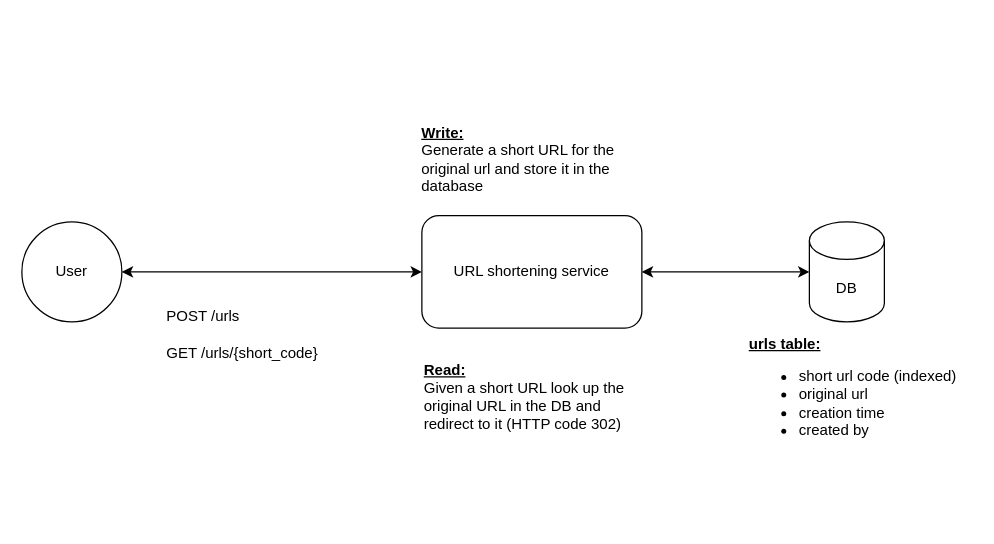
This is doc/images/url_shortener_system_architecture.drawio from mahanhz/url-shortener, a draw.io file, before an edit. Source tidied: cells renumbered, new cells numbered last; positions are measured from the earlier drawing's top-left corner, leaving out a move shared by most shapes. Both pictures are drawn from the tidied source at 125%, with x=0, y=0 at pixel (21, 121).
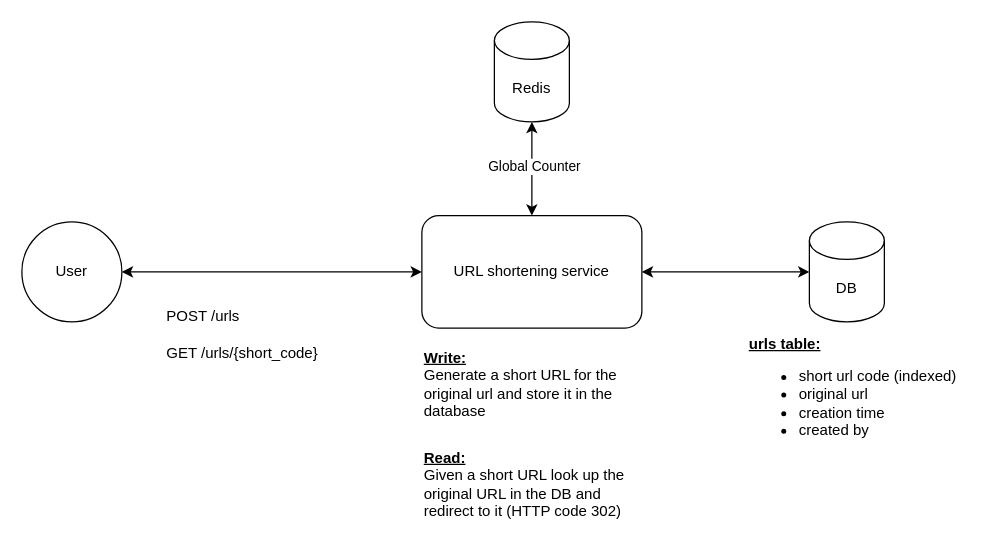
The same diagram, later.

Change to the diagram source:
```diff
@@
 <mxGraphModel>
   <root>
     <mxCell id="0" />
     <mxCell id="1" parent="0" />
     <mxCell id="2" value="User" style="ellipse;whiteSpace=wrap;html=1;" parent="1" vertex="1">
       <mxGeometry y="80" width="80" height="80" as="geometry" />
     </mxCell>
     <mxCell id="3" value="URL shortening service" style="rounded=1;whiteSpace=wrap;html=1;" parent="1" vertex="1">
       <mxGeometry x="320" y="75" width="176" height="90" as="geometry" />
     </mxCell>
     <mxCell id="4" style="endArrow=classic;startArrow=classic;html=1;rounded=0;exitX=1;exitY=0.5;exitDx=0;exitDy=0;" parent="1" edge="1" source="2" target="3">
       <mxGeometry relative="1" as="geometry" />
     </mxCell>
     <mxCell id="5" value="POST /urls&lt;div&gt;&lt;br&gt;&lt;/div&gt;&lt;div&gt;GET /urls/{short_code}&lt;/div&gt;" style="text;html=1;whiteSpace=wrap;strokeColor=none;fillColor=none;align=left;verticalAlign=middle;rounded=0;" parent="1" vertex="1">
       <mxGeometry x="113.5" y="140" width="180" height="60" as="geometry" />
     </mxCell>
     <mxCell id="6" value="DB" style="shape=cylinder3;whiteSpace=wrap;html=1;boundedLbl=1;backgroundOutline=1;size=15;" parent="1" vertex="1">
       <mxGeometry x="630" y="80" width="60" height="80" as="geometry" />
     </mxCell>
     <mxCell id="7" style="endArrow=classic;startArrow=classic;html=1;rounded=0;entryX=0;entryY=0.5;entryDx=0;entryDy=0;entryPerimeter=0;exitX=1;exitY=0.5;exitDx=0;exitDy=0;" parent="1" edge="1" source="3" target="6">
       <mxGeometry relative="1" as="geometry" />
     </mxCell>
     <mxCell id="8" value="&lt;div&gt;&lt;b&gt;&lt;u&gt;Write:&lt;/u&gt;&lt;/b&gt;&lt;/div&gt;Generate a short URL for the original url and store it in the database" style="text;html=1;whiteSpace=wrap;strokeColor=none;fillColor=none;align=left;verticalAlign=middle;rounded=0;" parent="1" vertex="1">
-      <mxGeometry x="318" width="180" height="60" as="geometry" />
+      <mxGeometry x="320" y="180" width="180" height="60" as="geometry" />
     </mxCell>
     <mxCell id="9" value="&lt;div&gt;&lt;b&gt;&lt;u&gt;Read:&lt;/u&gt;&lt;/b&gt;&lt;/div&gt;Given a short URL look up the original URL in the DB and redirect to it (HTTP code 302)" style="text;html=1;whiteSpace=wrap;strokeColor=none;fillColor=none;align=left;verticalAlign=middle;rounded=0;" parent="1" vertex="1">
-      <mxGeometry x="320" y="190" width="180" height="60" as="geometry" />
+      <mxGeometry x="320" y="260" width="180" height="60" as="geometry" />
     </mxCell>
     <mxCell id="10" value="&lt;b&gt;&lt;u&gt;urls table:&lt;/u&gt;&lt;/b&gt;&lt;div&gt;&lt;ul&gt;&lt;li&gt;short url code (indexed)&lt;/li&gt;&lt;li&gt;original url&lt;/li&gt;&lt;li&gt;creation time&lt;/li&gt;&lt;li&gt;created by&lt;/li&gt;&lt;/ul&gt;&lt;/div&gt;" style="text;html=1;whiteSpace=wrap;strokeColor=none;fillColor=none;align=left;verticalAlign=middle;rounded=0;" parent="1" vertex="1">
       <mxGeometry x="580" y="165" width="180" height="105" as="geometry" />
     </mxCell>
+    <mxCell id="11" value="Redis" style="shape=cylinder3;whiteSpace=wrap;html=1;boundedLbl=1;backgroundOutline=1;size=15;" parent="1" vertex="1">
+      <mxGeometry x="378" y="-80" width="60" height="80" as="geometry" />
+    </mxCell>
+    <mxCell id="12" style="endArrow=classic;startArrow=classic;html=1;rounded=0;entryX=0.5;entryY=1;entryDx=0;entryDy=0;entryPerimeter=0;exitX=0.5;exitY=0;exitDx=0;exitDy=0;" parent="1" edge="1" source="3" target="11">
+      <mxGeometry relative="1" as="geometry" />
+    </mxCell>
+    <mxCell id="13" value="Global Counter" style="edgeLabel;html=1;align=center;verticalAlign=middle;" parent="12" vertex="1">
+      <mxGeometry x="0.07" y="-1" relative="1" as="geometry" />
+    </mxCell>
   </root>
 </mxGraphModel>
```
